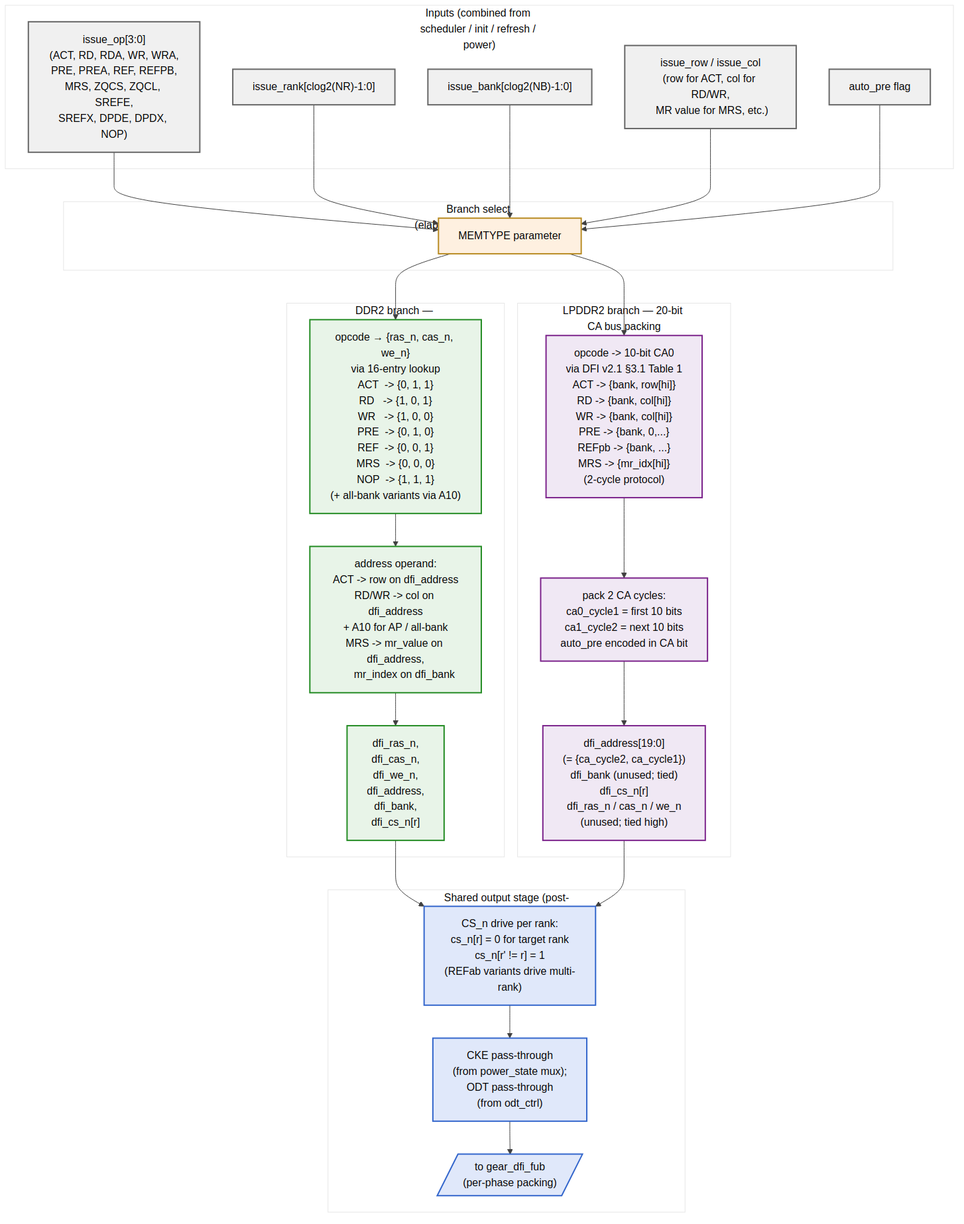
Before: projects/components/memory-controllers/pumice-ddr2-lpddr2/docs/pumice_mas/assets/mermaid/12_cmd_encoder_branches.png, a diagram exported from Mermaid (sean-galloway/RTLDesignSherpa). Its source is kept beside it as projects/components/memory-controllers/pumice-ddr2-lpddr2/docs/pumice_mas/assets/mermaid/12_cmd_encoder_branches.mmd. Its diagram source:
```mermaid
%%{init: {'theme': 'base', 'themeVariables': { 'primaryColor': '#e8f4e8', 'primaryTextColor': '#000', 'primaryBorderColor': '#228B22', 'lineColor': '#404040', 'secondaryColor': '#f0f0f0', 'tertiaryColor': '#fff'}}}%%
flowchart TB
    subgraph IN["Inputs (combined from scheduler / init / refresh / power)"]
        op["issue_op[3:0]<br/>(ACT, RD, RDA, WR, WRA,<br/>PRE, PREA, REF, REFPB,<br/>MRS, ZQCS, ZQCL, SREFE,<br/>SREFX, DPDE, DPDX, NOP)"]
        rank["issue_rank[clog2(NR)-1:0]"]
        bank["issue_bank[clog2(NB)-1:0]"]
        row_col["issue_row / issue_col<br/>(row for ACT, col for RD/WR,<br/> MR value for MRS, etc.)"]
        autopre["auto_pre flag"]
    end

    subgraph BRANCH["Branch select<br/>(elaboration-time generate)"]
        memtype["MEMTYPE parameter"]
    end

    subgraph DDR2["DDR2 branch — ras/cas/we strobe encoding"]
        ddr2_lut["opcode → {ras_n, cas_n, we_n}<br/>via 16-entry lookup<br/>ACT  -> {0, 1, 1}<br/>RD   -> {1, 0, 1}<br/>WR   -> {1, 0, 0}<br/>PRE  -> {0, 1, 0}<br/>REF  -> {0, 0, 1}<br/>MRS  -> {0, 0, 0}<br/>NOP  -> {1, 1, 1}<br/>(+ all-bank variants via A10)"]
        ddr2_addr["address operand:<br/>ACT -> row on dfi_address<br/>RD/WR -> col on dfi_address<br/>+ A10 for AP / all-bank<br/>MRS -> mr_value on dfi_address,<br/>      mr_index on dfi_bank"]
        ddr2_out["dfi_ras_n,<br/>dfi_cas_n,<br/>dfi_we_n,<br/>dfi_address,<br/>dfi_bank,<br/>dfi_cs_n[r]"]
    end

    subgraph LPDDR2["LPDDR2 branch — 20-bit CA bus packing"]
        lp_lut["opcode -> 10-bit CA0<br/>via DFI v2.1 §3.1 Table 1<br/>ACT  -> {bank, row[hi]}<br/>RD   -> {bank, col[hi]}<br/>WR   -> {bank, col[hi]}<br/>PRE  -> {bank, 0,...}<br/>REFpb -> {bank, ...}<br/>MRS  -> {mr_idx[hi]}<br/>(2-cycle protocol)"]
        lp_pack["pack 2 CA cycles:<br/>ca0_cycle1 = first 10 bits<br/>ca1_cycle2 = next 10 bits<br/>auto_pre encoded in CA bit"]
        lp_out["dfi_address[19:0]<br/> (= {ca_cycle2, ca_cycle1})<br/>dfi_bank (unused; tied)<br/>dfi_cs_n[r]<br/>dfi_ras_n / cas_n / we_n<br/>(unused; tied high)"]
    end

    subgraph SHARED["Shared output stage (post-branch)"]
        cs_drive["CS_n drive per rank:<br/>cs_n[r] = 0 for target rank<br/>cs_n[r' != r] = 1<br/>(REFab variants drive multi-rank)"]
        passthru["CKE pass-through<br/>(from power_state mux);<br/>ODT pass-through<br/>(from odt_ctrl)"]
        to_gear[/"to gear_dfi_fub<br/>(per-phase packing)"/]
    end

    op --> memtype
    rank --> memtype
    bank --> memtype
    row_col --> memtype
    autopre --> memtype

    memtype --> ddr2_lut
    memtype --> lp_lut

    ddr2_lut --> ddr2_addr
    ddr2_addr --> ddr2_out
    lp_lut --> lp_pack
    lp_pack --> lp_out

    ddr2_out --> cs_drive
    lp_out --> cs_drive
    cs_drive --> passthru
    passthru --> to_gear

    classDef inblock fill:#f0f0f0,stroke:#666666,stroke-width:2px
    classDef branchblock fill:#fef0e0,stroke:#B88B22,stroke-width:2px
    classDef ddr2block fill:#e8f4e8,stroke:#228B22,stroke-width:2px
    classDef lpblock fill:#f0e8f4,stroke:#7B228B,stroke-width:2px
    classDef shareblock fill:#e0e8fa,stroke:#3366CC,stroke-width:2px

    class op,rank,bank,row_col,autopre inblock
    class memtype branchblock
    class ddr2_lut,ddr2_addr,ddr2_out ddr2block
    class lp_lut,lp_pack,lp_out lpblock
    class cs_drive,passthru,to_gear shareblock
```
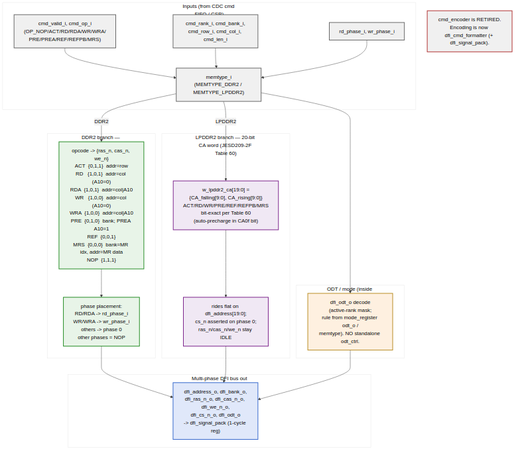
After the commit.

What changed in the source:
```diff
@@ -1,62 +1,54 @@
 %%{init: {'theme': 'base', 'themeVariables': { 'primaryColor': '#e8f4e8', 'primaryTextColor': '#000', 'primaryBorderColor': '#228B22', 'lineColor': '#404040', 'secondaryColor': '#f0f0f0', 'tertiaryColor': '#fff'}}}%%
 flowchart TB
-    subgraph IN["Inputs (combined from scheduler / init / refresh / power)"]
-        op["issue_op[3:0]<br/>(ACT, RD, RDA, WR, WRA,<br/>PRE, PREA, REF, REFPB,<br/>MRS, ZQCS, ZQCL, SREFE,<br/>SREFX, DPDE, DPDX, NOP)"]
-        rank["issue_rank[clog2(NR)-1:0]"]
-        bank["issue_bank[clog2(NB)-1:0]"]
-        row_col["issue_row / issue_col<br/>(row for ACT, col for RD/WR,<br/> MR value for MRS, etc.)"]
-        autopre["auto_pre flag"]
+    subgraph IN["Inputs (from CDC cmd FIFO / CSR)"]
+        cmd["cmd_valid_i, cmd_op_i<br/>(OP_NOP/ACT/RD/RDA/WR/WRA/<br/>PRE/PREA/REF/REFPB/MRS)"]
+        addr["cmd_rank_i, cmd_bank_i,<br/>cmd_row_i, cmd_col_i, cmd_len_i"]
+        memtype["memtype_i<br/>(MEMTYPE_DDR2 / MEMTYPE_LPDDR2)"]
+        phases["rd_phase_i, wr_phase_i"]
     end
 
-    subgraph BRANCH["Branch select<br/>(elaboration-time generate)"]
-        memtype["MEMTYPE parameter"]
+    subgraph DDR2["DDR2 branch — ras_n/cas_n/we_n truth table"]
+        ddr2_lut["opcode -> {ras_n, cas_n, we_n}<br/>ACT  {0,1,1}  addr=row<br/>RD   {1,0,1}  addr=col (A10=0)<br/>RDA  {1,0,1}  addr=col|A10<br/>WR   {1,0,0}  addr=col (A10=0)<br/>WRA  {1,0,0}  addr=col|A10<br/>PRE  {0,1,0}  bank; PREA A10=1<br/>REF  {0,0,1}<br/>MRS  {0,0,0}  bank=MR idx, addr=MR data<br/>NOP  {1,1,1}"]
+        ddr2_phase["phase placement:<br/>RD/RDA -> rd_phase_i<br/>WR/WRA -> wr_phase_i<br/>others -> phase 0<br/>other phases = NOP"]
     end
 
-    subgraph DDR2["DDR2 branch — ras/cas/we strobe encoding"]
-        ddr2_lut["opcode → {ras_n, cas_n, we_n}<br/>via 16-entry lookup<br/>ACT  -> {0, 1, 1}<br/>RD   -> {1, 0, 1}<br/>WR   -> {1, 0, 0}<br/>PRE  -> {0, 1, 0}<br/>REF  -> {0, 0, 1}<br/>MRS  -> {0, 0, 0}<br/>NOP  -> {1, 1, 1}<br/>(+ all-bank variants via A10)"]
-        ddr2_addr["address operand:<br/>ACT -> row on dfi_address<br/>RD/WR -> col on dfi_address<br/>+ A10 for AP / all-bank<br/>MRS -> mr_value on dfi_address,<br/>      mr_index on dfi_bank"]
-        ddr2_out["dfi_ras_n,<br/>dfi_cas_n,<br/>dfi_we_n,<br/>dfi_address,<br/>dfi_bank,<br/>dfi_cs_n[r]"]
+    subgraph LPDDR2["LPDDR2 branch — 20-bit CA word (JESD209-2F Table 60)"]
+        lp_ca["w_lpddr2_ca[19:0] =<br/>{CA_falling[9:0], CA_rising[9:0]}<br/>ACT/RD/WR/PRE/REF/REFPB/MRS<br/>bit-exact per Table 60<br/>(auto-precharge in CA0f bit)"]
+        lp_pack["rides flat on dfi_address[19:0];<br/>cs_n asserted on phase 0;<br/>ras_n/cas_n/we_n stay IDLE"]
     end
 
-    subgraph LPDDR2["LPDDR2 branch — 20-bit CA bus packing"]
-        lp_lut["opcode -> 10-bit CA0<br/>via DFI v2.1 §3.1 Table 1<br/>ACT  -> {bank, row[hi]}<br/>RD   -> {bank, col[hi]}<br/>WR   -> {bank, col[hi]}<br/>PRE  -> {bank, 0,...}<br/>REFpb -> {bank, ...}<br/>MRS  -> {mr_idx[hi]}<br/>(2-cycle protocol)"]
-        lp_pack["pack 2 CA cycles:<br/>ca0_cycle1 = first 10 bits<br/>ca1_cycle2 = next 10 bits<br/>auto_pre encoded in CA bit"]
-        lp_out["dfi_address[19:0]<br/> (= {ca_cycle2, ca_cycle1})<br/>dfi_bank (unused; tied)<br/>dfi_cs_n[r]<br/>dfi_ras_n / cas_n / we_n<br/>(unused; tied high)"]
+    subgraph ODT["ODT / mode (inside formatter + mode_register)"]
+        odt["dfi_odt_o decode<br/>(active-rank mask;<br/>rule from mode_register odt_o /<br/>memtype). NO standalone odt_ctrl."]
     end
 
-    subgraph SHARED["Shared output stage (post-branch)"]
-        cs_drive["CS_n drive per rank:<br/>cs_n[r] = 0 for target rank<br/>cs_n[r' != r] = 1<br/>(REFab variants drive multi-rank)"]
-        passthru["CKE pass-through<br/>(from power_state mux);<br/>ODT pass-through<br/>(from odt_ctrl)"]
-        to_gear[/"to gear_dfi_fub<br/>(per-phase packing)"/]
+    subgraph OUT["Multi-phase DFI bus out"]
+        out["dfi_address_o, dfi_bank_o,<br/>dfi_ras_n_o, dfi_cas_n_o, dfi_we_n_o,<br/>dfi_cs_n_o, dfi_odt_o<br/>-> dfi_signal_pack (1-cycle reg)"]
     end
 
-    op --> memtype
-    rank --> memtype
-    bank --> memtype
-    row_col --> memtype
-    autopre --> memtype
+    cmd --> memtype
+    addr --> memtype
+    phases --> memtype
+    memtype -->|DDR2| ddr2_lut
+    memtype -->|LPDDR2| lp_ca
+    ddr2_lut --> ddr2_phase
+    lp_ca --> lp_pack
+    ddr2_phase --> out
+    lp_pack --> out
+    memtype --> odt
+    odt --> out
 
-    memtype --> ddr2_lut
-    memtype --> lp_lut
-
-    ddr2_lut --> ddr2_addr
-    ddr2_addr --> ddr2_out
-    lp_lut --> lp_pack
-    lp_pack --> lp_out
-
-    ddr2_out --> cs_drive
-    lp_out --> cs_drive
-    cs_drive --> passthru
-    passthru --> to_gear
+    NOTE["cmd_encoder is RETIRED.<br/>Encoding is now dfi_cmd_formatter (+ dfi_signal_pack)."]
 
     classDef inblock fill:#f0f0f0,stroke:#666666,stroke-width:2px
-    classDef branchblock fill:#fef0e0,stroke:#B88B22,stroke-width:2px
     classDef ddr2block fill:#e8f4e8,stroke:#228B22,stroke-width:2px
     classDef lpblock fill:#f0e8f4,stroke:#7B228B,stroke-width:2px
-    classDef shareblock fill:#e0e8fa,stroke:#3366CC,stroke-width:2px
+    classDef odtblock fill:#fef0e0,stroke:#B88B22,stroke-width:2px
+    classDef outblock fill:#e0e8fa,stroke:#3366CC,stroke-width:2px
+    classDef ret fill:#f0f0f0,stroke:#B03030,stroke-width:2px
 
-    class op,rank,bank,row_col,autopre inblock
-    class memtype branchblock
-    class ddr2_lut,ddr2_addr,ddr2_out ddr2block
-    class lp_lut,lp_pack,lp_out lpblock
-    class cs_drive,passthru,to_gear shareblock
+    class cmd,addr,memtype,phases inblock
+    class ddr2_lut,ddr2_phase ddr2block
+    class lp_ca,lp_pack lpblock
+    class odt odtblock
+    class out outblock
+    class NOTE ret
```
